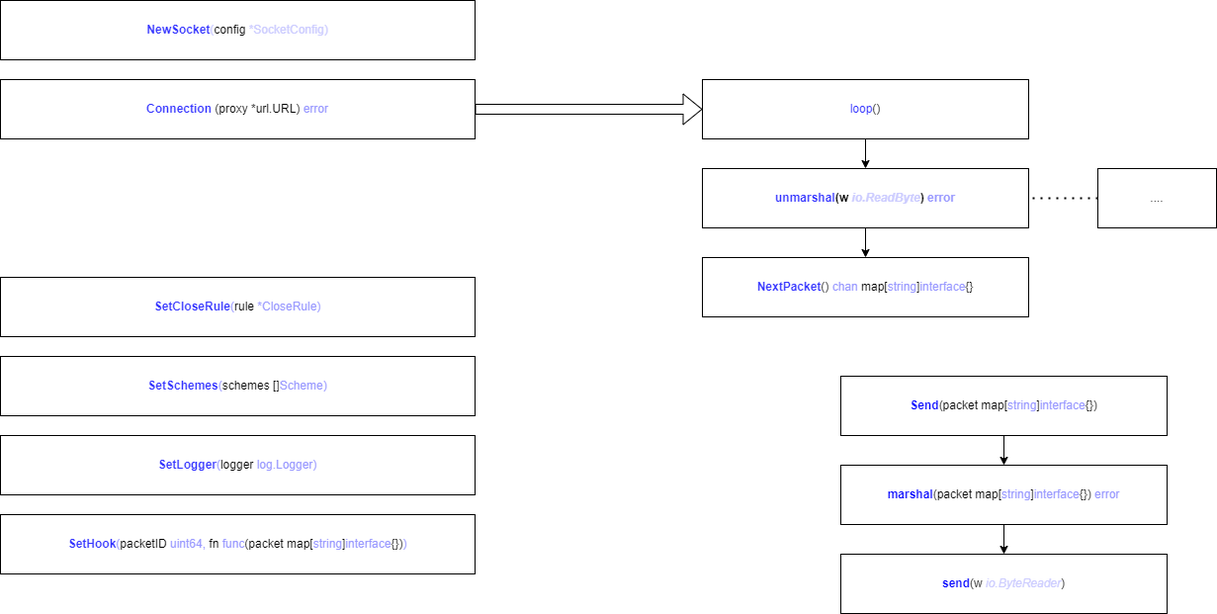
Above: project.drawio.png in suvrick/go-kiss-core (draw.io), before the change. Source tidied: cells renumbered, new cells last; positions are measured from the earlier drawing's top-left corner, leaving out a move shared by most shapes.
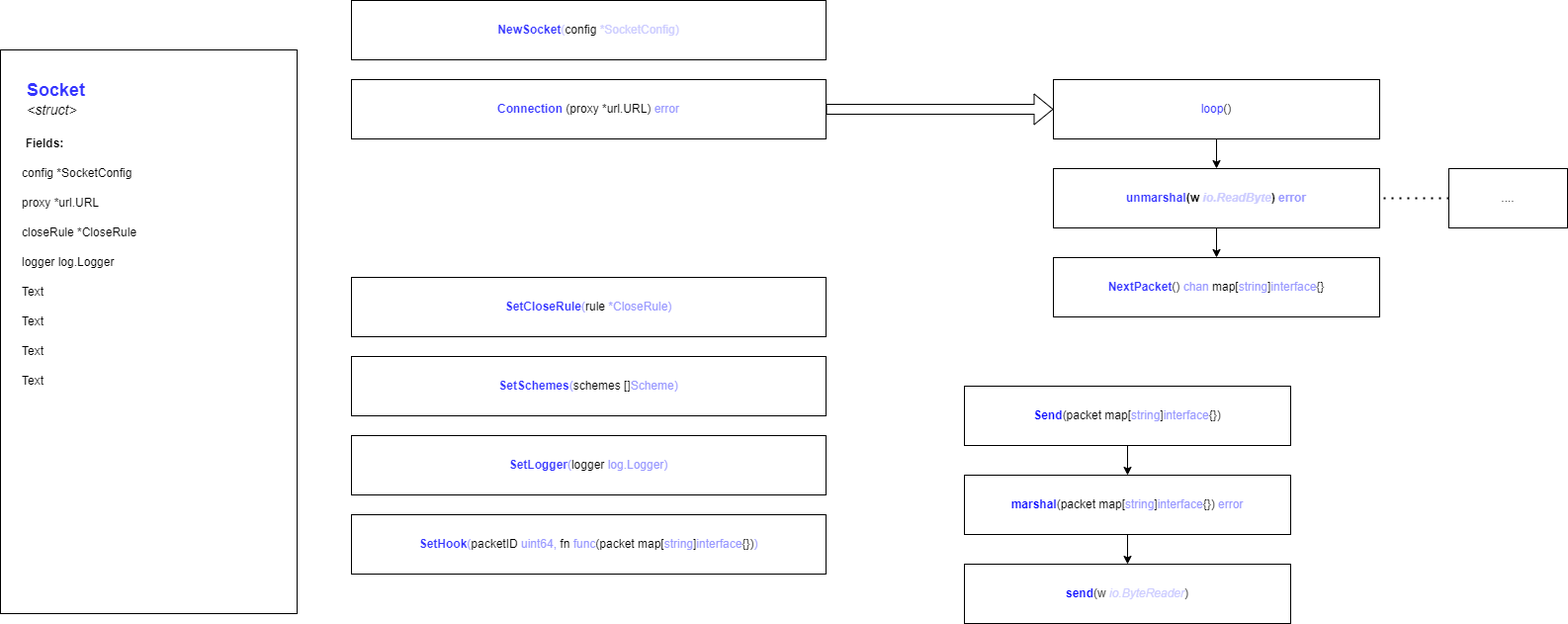
Later version of the same file.

The edit, as a diff of the source:
```diff
@@ -6,7 +6,7 @@
       <mxGeometry relative="1" as="geometry" />
     </mxCell>
     <mxCell id="3" value="&lt;b&gt;&lt;font color=&quot;#0000ff&quot;&gt;marshal&lt;/font&gt;&lt;/b&gt;(packet map[&lt;font color=&quot;#9999ff&quot;&gt;string&lt;/font&gt;]&lt;font color=&quot;#9999ff&quot;&gt;interface&lt;/font&gt;{}) &lt;font color=&quot;#9999ff&quot;&gt;error&lt;/font&gt;" style="rounded=0;whiteSpace=wrap;html=1;" parent="1" vertex="1">
-      <mxGeometry x="850" y="470" width="330" height="60" as="geometry" />
+      <mxGeometry x="620" y="480" width="330" height="60" as="geometry" />
     </mxCell>
     <mxCell id="4" style="edgeStyle=none;html=1;fontColor=#000000;" parent="1" edge="1" source="5" target="8">
       <mxGeometry relative="1" as="geometry" />
@@ -18,7 +18,7 @@
       <mxGeometry relative="1" as="geometry" />
     </mxCell>
     <mxCell id="7" value="&lt;b&gt;&lt;font color=&quot;#0000ff&quot;&gt;Send&lt;/font&gt;&lt;/b&gt;(packet map[&lt;font color=&quot;#9999ff&quot;&gt;string&lt;/font&gt;]&lt;font color=&quot;#9999ff&quot;&gt;interface&lt;/font&gt;{})" style="rounded=0;whiteSpace=wrap;html=1;" parent="1" vertex="1">
-      <mxGeometry x="850" y="380" width="330" height="60" as="geometry" />
+      <mxGeometry x="620" y="390" width="330" height="60" as="geometry" />
     </mxCell>
     <mxCell id="8" value="&lt;b&gt;&lt;font color=&quot;#3333ff&quot;&gt;NextPacket&lt;/font&gt;&lt;/b&gt;() &lt;font color=&quot;#9999ff&quot;&gt;chan &lt;/font&gt;map[&lt;font color=&quot;#9999ff&quot;&gt;string&lt;/font&gt;]&lt;font color=&quot;#9999ff&quot;&gt;interface&lt;/font&gt;{}" style="rounded=0;whiteSpace=wrap;html=1;" parent="1" vertex="1">
       <mxGeometry x="710" y="260" width="330" height="60" as="geometry" />
@@ -27,7 +27,7 @@
       <mxGeometry y="80" width="480" height="60" as="geometry" />
     </mxCell>
     <mxCell id="10" value="&lt;b style=&quot;color: rgb(0 , 0 , 0)&quot;&gt;&lt;font color=&quot;#0000ff&quot;&gt;send&lt;/font&gt;&lt;/b&gt;&lt;font color=&quot;#000000&quot;&gt;(w &lt;/font&gt;&lt;i&gt;&lt;font color=&quot;#ccccff&quot;&gt;io.ByteReader&lt;/font&gt;&lt;/i&gt;&lt;span style=&quot;color: rgb(0 , 0 , 0)&quot;&gt;)&lt;/span&gt;" style="rounded=0;whiteSpace=wrap;html=1;fontColor=#9999FF;" parent="1" vertex="1">
-      <mxGeometry x="850" y="560" width="330" height="60" as="geometry" />
+      <mxGeometry x="620" y="570" width="330" height="60" as="geometry" />
     </mxCell>
     <mxCell id="11" value="&lt;b&gt;&lt;font color=&quot;#3333ff&quot;&gt;NewSocket&lt;/font&gt;&lt;/b&gt;(&lt;font color=&quot;#000000&quot;&gt;config &lt;/font&gt;*SocketConfig)" style="rounded=0;whiteSpace=wrap;html=1;fontColor=#CCCCFF;" parent="1" vertex="1">
       <mxGeometry width="480" height="60" as="geometry" />
@@ -59,5 +59,38 @@
     <mxCell id="20" value="&lt;b&gt;&lt;font color=&quot;#3333ff&quot;&gt;SetHook&lt;/font&gt;&lt;/b&gt;(&lt;font color=&quot;#000000&quot;&gt;packetID &lt;/font&gt;uint64,&amp;nbsp;&lt;font color=&quot;#000000&quot;&gt;fn &lt;/font&gt;func&lt;font color=&quot;#000000&quot;&gt;(&lt;/font&gt;&lt;span style=&quot;color: rgb(0 , 0 , 0)&quot;&gt;packet map[&lt;/span&gt;&lt;font color=&quot;#9999ff&quot;&gt;string&lt;/font&gt;&lt;span style=&quot;color: rgb(0 , 0 , 0)&quot;&gt;]&lt;/span&gt;&lt;font color=&quot;#9999ff&quot;&gt;interface&lt;/font&gt;&lt;span style=&quot;color: rgb(0 , 0 , 0)&quot;&gt;{}&lt;/span&gt;&lt;font color=&quot;#000000&quot;&gt;)&lt;/font&gt;)" style="rounded=0;whiteSpace=wrap;html=1;fontColor=#9999FF;" parent="1" vertex="1">
       <mxGeometry y="520" width="480" height="60" as="geometry" />
     </mxCell>
+    <mxCell id="21" style="rounded=0;whiteSpace=wrap;html=1;" parent="1" vertex="1">
+      <mxGeometry x="-355" y="50" width="300" height="570" as="geometry" />
+    </mxCell>
+    <mxCell id="22" value="config *SocketConfig" style="text;html=1;strokeColor=none;fillColor=none;align=left;verticalAlign=middle;whiteSpace=wrap;rounded=0;" parent="1" vertex="1">
+      <mxGeometry x="-335" y="160" width="270" height="30" as="geometry" />
+    </mxCell>
+    <mxCell id="23" value="proxy *url.URL" style="text;html=1;strokeColor=none;fillColor=none;align=left;verticalAlign=middle;whiteSpace=wrap;rounded=0;" parent="1" vertex="1">
+      <mxGeometry x="-335" y="190" width="270" height="30" as="geometry" />
+    </mxCell>
+    <mxCell id="24" value="closeRule *CloseRule" style="text;html=1;strokeColor=none;fillColor=none;align=left;verticalAlign=middle;whiteSpace=wrap;rounded=0;" parent="1" vertex="1">
+      <mxGeometry x="-335" y="220" width="270" height="30" as="geometry" />
+    </mxCell>
+    <mxCell id="25" value="logger log.Logger" style="text;html=1;strokeColor=none;fillColor=none;align=left;verticalAlign=middle;whiteSpace=wrap;rounded=0;" parent="1" vertex="1">
+      <mxGeometry x="-335" y="250" width="270" height="30" as="geometry" />
+    </mxCell>
+    <mxCell id="26" value="Text" style="text;html=1;strokeColor=none;fillColor=none;align=left;verticalAlign=middle;whiteSpace=wrap;rounded=0;" parent="1" vertex="1">
+      <mxGeometry x="-335" y="280" width="270" height="30" as="geometry" />
+    </mxCell>
+    <mxCell id="27" value="Text" style="text;html=1;strokeColor=none;fillColor=none;align=left;verticalAlign=middle;whiteSpace=wrap;rounded=0;" parent="1" vertex="1">
+      <mxGeometry x="-335" y="310" width="270" height="30" as="geometry" />
+    </mxCell>
+    <mxCell id="28" value="Text" style="text;html=1;strokeColor=none;fillColor=none;align=left;verticalAlign=middle;whiteSpace=wrap;rounded=0;" parent="1" vertex="1">
+      <mxGeometry x="-335" y="340" width="270" height="30" as="geometry" />
+    </mxCell>
+    <mxCell id="29" value="Text" style="text;html=1;strokeColor=none;fillColor=none;align=left;verticalAlign=middle;whiteSpace=wrap;rounded=0;" parent="1" vertex="1">
+      <mxGeometry x="-335" y="370" width="270" height="30" as="geometry" />
+    </mxCell>
+    <mxCell id="30" value="&lt;font&gt;&lt;b style=&quot;color: rgb(51 , 51 , 255)&quot;&gt;&lt;font style=&quot;font-size: 18px&quot;&gt;Socket&lt;/font&gt;&lt;/b&gt;&lt;br&gt;&lt;i style=&quot;font-size: 14px&quot;&gt;&amp;lt;struct&amp;gt;&lt;/i&gt;&lt;br&gt;&lt;/font&gt;" style="text;html=1;strokeColor=none;fillColor=none;align=left;verticalAlign=middle;whiteSpace=wrap;rounded=0;fontSize=14;" parent="1" vertex="1">
+      <mxGeometry x="-330" y="70" width="260" height="60" as="geometry" />
+    </mxCell>
+    <mxCell id="31" value="&lt;b&gt;Fields:&lt;/b&gt;" style="text;html=1;strokeColor=none;fillColor=none;align=center;verticalAlign=middle;whiteSpace=wrap;rounded=0;fontSize=12;fontColor=#000000;" parent="1" vertex="1">
+      <mxGeometry x="-340" y="130" width="60" height="30" as="geometry" />
+    </mxCell>
   </root>
 </mxGraphModel>
```
